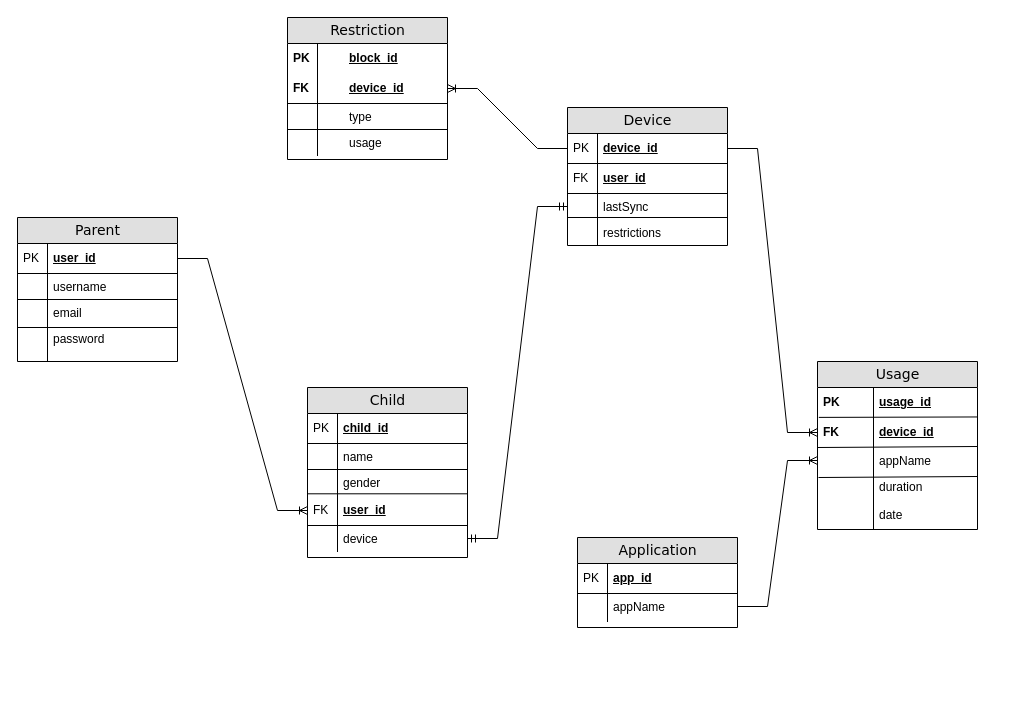
Earlier version of the draw.io diagram Untitled Diagram.drawio (Inco9nit0/Parental-Lock-System-Project-FYP-). Source tidied: cells renumbered, new cells numbered last; positions are measured from the earlier drawing's top-left corner, leaving out a move shared by most shapes. Both pictures are drawn from the tidied source at 100%, with x=0, y=0 at pixel (17, 17).
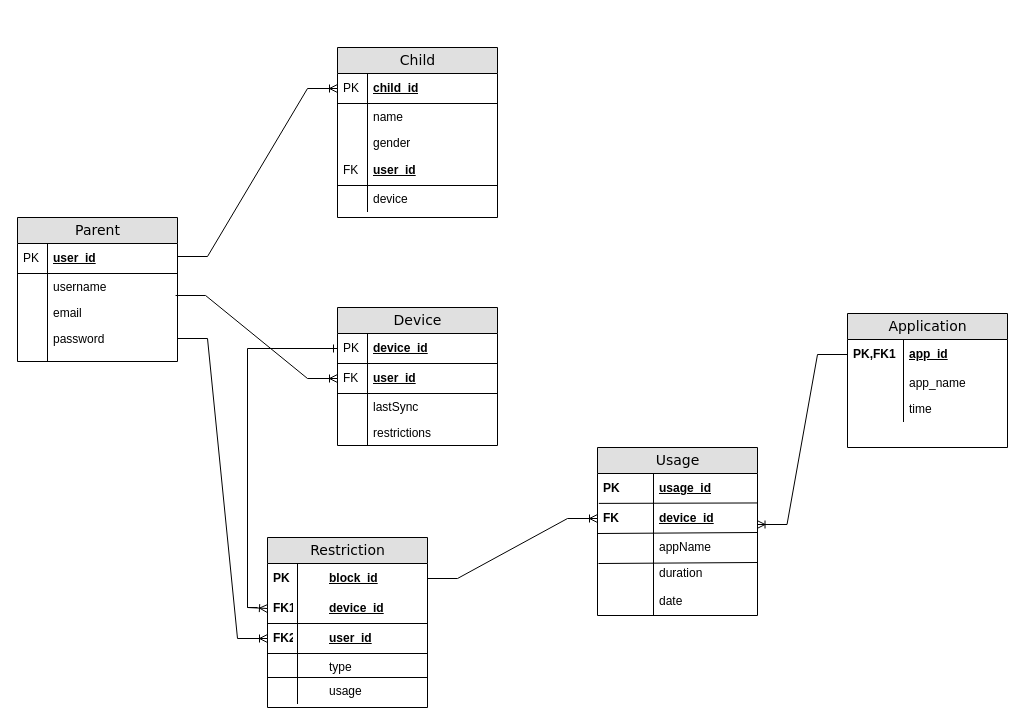
After the change.

Unchanged cells that the change refers to:
```xml
<mxCell id="3" value="device_id" style="shape=partialRectangle;top=0;left=0;right=0;bottom=1;html=1;align=left;verticalAlign=middle;fillColor=none;spacingLeft=34;spacingRight=4;whiteSpace=wrap;overflow=hidden;points=[[0,0.5],[1,0.5]];portConstraint=eastwest;fontStyle=5;" parent="2" vertex="1">
  <mxGeometry y="26" width="160" height="30" as="geometry" />
</mxCell>
<mxCell id="5" value="user_id" style="shape=partialRectangle;top=0;left=0;right=0;bottom=1;html=1;align=left;verticalAlign=middle;fillColor=none;spacingLeft=34;spacingRight=4;whiteSpace=wrap;overflow=hidden;points=[[0,0.5],[1,0.5]];portConstraint=eastwest;fontStyle=5;" parent="2" vertex="1">
  <mxGeometry y="56" width="160" height="30" as="geometry" />
</mxCell>
<mxCell id="7" value="lastSync" style="shape=partialRectangle;top=0;left=0;right=0;bottom=0;html=1;align=left;verticalAlign=top;fillColor=none;spacingLeft=34;spacingRight=4;whiteSpace=wrap;overflow=hidden;points=[[0,0.5],[1,0.5]];portConstraint=eastwest;" parent="2" vertex="1">
  <mxGeometry y="86" width="160" height="26" as="geometry" />
</mxCell>
<mxCell id="13" value="block_id" style="shape=partialRectangle;top=0;left=0;right=0;bottom=0;html=1;align=left;verticalAlign=middle;fillColor=none;spacingLeft=60;spacingRight=4;whiteSpace=wrap;overflow=hidden;points=[[0,0.5],[1,0.5]];portConstraint=eastwest;fontStyle=5;" parent="12" vertex="1">
  <mxGeometry y="26" width="160" height="30" as="geometry" />
</mxCell>
<mxCell id="33" value="device_id" style="shape=partialRectangle;top=0;left=0;right=0;bottom=0;html=1;align=left;verticalAlign=middle;fillColor=none;spacingLeft=60;spacingRight=4;whiteSpace=wrap;overflow=hidden;points=[[0,0.5],[1,0.5]];portConstraint=eastwest;fontStyle=5;" parent="29" vertex="1">
  <mxGeometry y="56" width="160" height="30" as="geometry" />
</mxCell>
<mxCell id="36" value="appName" style="shape=partialRectangle;top=0;left=0;right=0;bottom=0;html=1;align=left;verticalAlign=top;fillColor=none;spacingLeft=60;spacingRight=4;whiteSpace=wrap;overflow=hidden;points=[[0,0.5],[1,0.5]];portConstraint=eastwest;" parent="29" vertex="1">
  <mxGeometry y="86" width="160" height="26" as="geometry" />
</mxCell>
<mxCell id="43" value="Parent" style="swimlane;html=1;fontStyle=0;horizontal=1;startSize=26;fillColor=#e0e0e0;swimlaneFillColor=#ffffff;align=center;rounded=0;shadow=0;comic=0;labelBackgroundColor=none;strokeWidth=1;fontFamily=Verdana;fontSize=14;" parent="1" vertex="1">
  <mxGeometry y="200" width="160" height="144" as="geometry" />
</mxCell>
<mxCell id="44" value="user_id" style="shape=partialRectangle;top=0;left=0;right=0;bottom=1;html=1;align=left;verticalAlign=middle;fillColor=none;spacingLeft=34;spacingRight=4;whiteSpace=wrap;overflow=hidden;points=[[0,0.5],[1,0.5]];portConstraint=eastwest;fontStyle=5;" parent="43" vertex="1">
  <mxGeometry y="26" width="160" height="30" as="geometry" />
</mxCell>
<mxCell id="49" value="email" style="shape=partialRectangle;top=0;left=0;right=0;bottom=0;html=1;align=left;verticalAlign=top;fillColor=none;spacingLeft=34;spacingRight=4;whiteSpace=wrap;overflow=hidden;points=[[0,0.5],[1,0.5]];portConstraint=eastwest;" parent="43" vertex="1">
  <mxGeometry y="82" width="160" height="26" as="geometry" />
</mxCell>
<mxCell id="52" value="password" style="shape=partialRectangle;top=0;left=0;right=0;bottom=0;html=1;align=left;verticalAlign=top;fillColor=none;spacingLeft=34;spacingRight=4;whiteSpace=wrap;overflow=hidden;points=[[0,0.5],[1,0.5]];portConstraint=eastwest;" parent="43" vertex="1">
  <mxGeometry y="108" width="160" height="26" as="geometry" />
</mxCell>
<mxCell id="65" value="user_id" style="shape=partialRectangle;top=0;left=0;right=0;bottom=1;html=1;align=left;verticalAlign=middle;fillColor=none;spacingLeft=34;spacingRight=4;whiteSpace=wrap;overflow=hidden;points=[[0,0.5],[1,0.5]];portConstraint=eastwest;fontStyle=5;" parent="56" vertex="1">
  <mxGeometry y="108" width="160" height="30" as="geometry" />
</mxCell>
<mxCell id="67" value="device" style="shape=partialRectangle;top=0;left=0;right=0;bottom=0;html=1;align=left;verticalAlign=top;fillColor=none;spacingLeft=34;spacingRight=4;whiteSpace=wrap;overflow=hidden;points=[[0,0.5],[1,0.5]];portConstraint=eastwest;" parent="56" vertex="1">
  <mxGeometry y="138" width="160" height="26" as="geometry" />
</mxCell>
```

The edit, as a diff of the source:
```diff
@@
     <mxCell id="2" value="Device" style="swimlane;html=1;fontStyle=0;horizontal=1;startSize=26;fillColor=#e0e0e0;swimlaneFillColor=#ffffff;align=center;rounded=0;shadow=0;comic=0;labelBackgroundColor=none;strokeWidth=1;fontFamily=Verdana;fontSize=14;swimlaneLine=1;" parent="1" vertex="1">
-      <mxGeometry x="550" y="90" width="160" height="138" as="geometry" />
+      <mxGeometry x="320" y="290" width="160" height="138" as="geometry" />
     </mxCell>
@@
-    <mxCell id="9" style="endArrow=none;html=1;rounded=0;" parent="2" edge="1">
-      <mxGeometry relative="1" as="geometry">
-        <mxPoint y="110" as="sourcePoint" />
-        <mxPoint x="160" y="110" as="targetPoint" />
-      </mxGeometry>
-    </mxCell>
@@
     <mxCell id="12" value="Restriction" style="swimlane;html=1;fontStyle=0;horizontal=1;startSize=26;fillColor=#e0e0e0;swimlaneFillColor=#ffffff;align=center;rounded=0;shadow=0;comic=0;labelBackgroundColor=none;strokeWidth=1;fontFamily=Verdana;fontSize=14;" parent="1" vertex="1">
-      <mxGeometry x="270" width="160" height="142" as="geometry" />
+      <mxGeometry x="250" y="520" width="160" height="170" as="geometry" />
     </mxCell>
@@
+    <mxCell id="74" value="device_id" style="shape=partialRectangle;top=0;left=0;right=0;bottom=1;html=1;align=left;verticalAlign=middle;fillColor=none;spacingLeft=60;spacingRight=4;whiteSpace=wrap;overflow=hidden;points=[[0,0.5],[1,0.5]];portConstraint=eastwest;fontStyle=5;" parent="12" vertex="1">
+      <mxGeometry y="56" width="160" height="30" as="geometry" />
+    </mxCell>
+    <mxCell id="75" value="FK1" style="shape=partialRectangle;fontStyle=1;top=0;left=0;bottom=0;html=1;fillColor=none;align=left;verticalAlign=middle;spacingLeft=4;spacingRight=4;whiteSpace=wrap;overflow=hidden;" parent="74" vertex="1">
+      <mxGeometry width="30" height="30" as="geometry" />
+    </mxCell>
-    <mxCell id="15" value="device_id" style="shape=partialRectangle;top=0;left=0;right=0;bottom=1;html=1;align=left;verticalAlign=middle;fillColor=none;spacingLeft=60;spacingRight=4;whiteSpace=wrap;overflow=hidden;points=[[0,0.5],[1,0.5]];portConstraint=eastwest;fontStyle=5;" parent="12" vertex="1">
-      <mxGeometry y="56" width="160" height="30" as="geometry" />
+    <mxCell id="15" value="user_id" style="shape=partialRectangle;top=0;left=0;right=0;bottom=1;html=1;align=left;verticalAlign=middle;fillColor=none;spacingLeft=60;spacingRight=4;whiteSpace=wrap;overflow=hidden;points=[[0,0.5],[1,0.5]];portConstraint=eastwest;fontStyle=5;" parent="12" vertex="1">
+      <mxGeometry y="86" width="160" height="30" as="geometry" />
     </mxCell>
-    <mxCell id="16" value="FK" style="shape=partialRectangle;fontStyle=1;top=0;left=0;bottom=0;html=1;fillColor=none;align=left;verticalAlign=middle;spacingLeft=4;spacingRight=4;whiteSpace=wrap;overflow=hidden;" parent="15" vertex="1">
+    <mxCell id="16" value="FK2" style="shape=partialRectangle;fontStyle=1;top=0;left=0;bottom=0;html=1;fillColor=none;align=left;verticalAlign=middle;spacingLeft=4;spacingRight=4;whiteSpace=wrap;overflow=hidden;" parent="15" vertex="1">
       <mxGeometry width="30" height="30" as="geometry" />
     </mxCell>
     <mxCell id="17" value="type" style="shape=partialRectangle;top=0;left=0;right=0;bottom=0;html=1;align=left;verticalAlign=top;fillColor=none;spacingLeft=60;spacingRight=4;whiteSpace=wrap;overflow=hidden;" parent="12" vertex="1">
-      <mxGeometry y="86" width="160" height="26" as="geometry" />
+      <mxGeometry y="116" width="160" height="24" as="geometry" />
     </mxCell>
     <mxCell id="18" style="shape=partialRectangle;top=0;left=0;bottom=0;html=1;fillColor=none;align=left;verticalAlign=top;spacingLeft=4;spacingRight=4;whiteSpace=wrap;overflow=hidden;" parent="17" vertex="1">
-      <mxGeometry width="30" height="26" as="geometry" />
+      <mxGeometry width="30" height="24" as="geometry" />
     </mxCell>
     <mxCell id="19" style="endArrow=none;html=1;rounded=0;" parent="12" edge="1">
       <mxGeometry relative="1" as="geometry">
-        <mxPoint y="112" as="sourcePoint" />
-        <mxPoint x="160" y="112" as="targetPoint" />
+        <mxPoint y="140" as="sourcePoint" />
+        <mxPoint x="160" y="140" as="targetPoint" />
       </mxGeometry>
     </mxCell>
     <mxCell id="20" value="usage" style="shape=partialRectangle;top=0;left=0;right=0;bottom=0;html=1;align=left;verticalAlign=top;fillColor=none;spacingLeft=60;spacingRight=4;whiteSpace=wrap;overflow=hidden;" parent="12" vertex="1">
-      <mxGeometry y="112" width="160" height="26" as="geometry" />
+      <mxGeometry y="140" width="160" height="26" as="geometry" />
     </mxCell>
@@
-    <mxCell id="22" value="Application" style="swimlane;html=1;fontStyle=0;horizontal=1;startSize=26;fillColor=#e0e0e0;swimlaneFillColor=#ffffff;align=center;rounded=0;shadow=0;comic=0;labelBackgroundColor=none;strokeWidth=1;fontFamily=Verdana;fontSize=14;" parent="1" vertex="1">
-      <mxGeometry x="560" y="520" width="160" height="90" as="geometry" />
-    </mxCell>
-    <mxCell id="23" value="app_id" style="shape=partialRectangle;top=0;left=0;right=0;bottom=1;html=1;align=left;verticalAlign=middle;fillColor=none;spacingLeft=34;spacingRight=4;whiteSpace=wrap;overflow=hidden;points=[[0,0.5],[1,0.5]];portConstraint=eastwest;fontStyle=5;" parent="22" vertex="1">
-      <mxGeometry y="26" width="160" height="30" as="geometry" />
-    </mxCell>
-    <mxCell id="24" value="PK" style="shape=partialRectangle;top=0;left=0;bottom=0;html=1;fillColor=none;align=left;verticalAlign=middle;spacingLeft=4;spacingRight=4;whiteSpace=wrap;overflow=hidden;" parent="23" vertex="1">
-      <mxGeometry width="30" height="30" as="geometry" />
-    </mxCell>
-    <mxCell id="25" value="appName" style="shape=partialRectangle;top=0;left=0;right=0;bottom=0;html=1;align=left;verticalAlign=top;fillColor=none;spacingLeft=34;spacingRight=4;whiteSpace=wrap;overflow=hidden;points=[[0,0.5],[1,0.5]];portConstraint=eastwest;" parent="22" vertex="1">
-      <mxGeometry y="56" width="160" height="26" as="geometry" />
-    </mxCell>
-    <mxCell id="26" style="shape=partialRectangle;top=0;left=0;bottom=0;html=1;fillColor=none;align=left;verticalAlign=top;spacingLeft=4;spacingRight=4;whiteSpace=wrap;overflow=hidden;" parent="25" vertex="1">
-      <mxGeometry width="30" height="26" as="geometry" />
-    </mxCell>
-    <mxCell id="27" style="shape=partialRectangle;top=0;left=0;right=0;bottom=0;html=1;align=left;verticalAlign=top;fillColor=none;spacingLeft=34;spacingRight=4;whiteSpace=wrap;overflow=hidden;" parent="22" vertex="1">
-      <mxGeometry y="82" width="160" height="2" as="geometry" />
-    </mxCell>
-    <mxCell id="28" style="shape=partialRectangle;top=0;left=0;bottom=0;html=1;fillColor=none;align=left;verticalAlign=top;spacingLeft=4;spacingRight=4;whiteSpace=wrap;overflow=hidden;" parent="27" vertex="1">
-      <mxGeometry width="30" height="2" as="geometry" />
-    </mxCell>
     <mxCell id="29" value="Usage" style="swimlane;html=1;fontStyle=0;horizontal=1;startSize=26;fillColor=#e0e0e0;swimlaneFillColor=#ffffff;align=center;rounded=0;shadow=0;comic=0;labelBackgroundColor=none;strokeWidth=1;fontFamily=Verdana;fontSize=14;" parent="1" vertex="1">
-      <mxGeometry x="800" y="344" width="160" height="168" as="geometry" />
+      <mxGeometry x="580" y="430" width="160" height="168" as="geometry" />
     </mxCell>
@@
-    <mxCell id="48" style="endArrow=none;html=1;rounded=0;" parent="43" edge="1">
-      <mxGeometry relative="1" as="geometry">
-        <mxPoint y="82" as="sourcePoint" />
-        <mxPoint x="160" y="82" as="targetPoint" />
-      </mxGeometry>
-    </mxCell>
@@
-    <mxCell id="51" style="endArrow=none;html=1;rounded=0;" parent="43" edge="1">
-      <mxGeometry relative="1" as="geometry">
-        <mxPoint y="110" as="sourcePoint" />
-        <mxPoint x="160" y="110" as="targetPoint" />
-      </mxGeometry>
-    </mxCell>
@@
+    <mxCell id="22" value="Application" style="swimlane;html=1;fontStyle=0;horizontal=1;startSize=26;fillColor=#e0e0e0;swimlaneFillColor=#ffffff;align=center;rounded=0;shadow=0;comic=0;labelBackgroundColor=none;strokeWidth=1;fontFamily=Verdana;fontSize=14;" parent="1" vertex="1">
+      <mxGeometry x="830" y="296" width="160" height="134" as="geometry" />
+    </mxCell>
+    <mxCell id="23" value="app_id" style="shape=partialRectangle;top=0;left=0;right=0;bottom=0;html=1;align=left;verticalAlign=middle;fillColor=none;spacingLeft=60;spacingRight=4;whiteSpace=wrap;overflow=hidden;points=[[0,0.5],[1,0.5]];portConstraint=eastwest;fontStyle=5;" parent="22" vertex="1">
+      <mxGeometry y="26" width="160" height="30" as="geometry" />
+    </mxCell>
+    <mxCell id="76" value="PK,FK1" style="shape=partialRectangle;fontStyle=1;top=0;left=0;bottom=0;html=1;fillColor=none;align=left;verticalAlign=middle;spacingLeft=4;spacingRight=4;whiteSpace=wrap;overflow=hidden;" parent="23" vertex="1">
+      <mxGeometry width="56" height="30" as="geometry" />
+    </mxCell>
+    <mxCell id="77" value="app_name" style="shape=partialRectangle;top=0;left=0;right=0;bottom=0;html=1;align=left;verticalAlign=top;fillColor=none;spacingLeft=60;spacingRight=4;whiteSpace=wrap;overflow=hidden;" parent="22" vertex="1">
+      <mxGeometry y="56" width="160" height="26" as="geometry" />
+    </mxCell>
+    <mxCell id="78" style="shape=partialRectangle;top=0;left=0;bottom=0;html=1;fillColor=none;align=left;verticalAlign=top;spacingLeft=4;spacingRight=4;whiteSpace=wrap;overflow=hidden;" parent="77" vertex="1">
+      <mxGeometry width="56" height="26" as="geometry" />
+    </mxCell>
+    <mxCell id="79" value="time" style="shape=partialRectangle;top=0;left=0;right=0;bottom=0;html=1;align=left;verticalAlign=top;fillColor=none;spacingLeft=60;spacingRight=4;whiteSpace=wrap;overflow=hidden;" parent="22" vertex="1">
+      <mxGeometry y="82" width="160" height="26" as="geometry" />
+    </mxCell>
+    <mxCell id="80" style="shape=partialRectangle;top=0;left=0;bottom=0;html=1;fillColor=none;align=left;verticalAlign=top;spacingLeft=4;spacingRight=4;whiteSpace=wrap;overflow=hidden;" parent="79" vertex="1">
+      <mxGeometry width="56" height="26" as="geometry" />
+    </mxCell>
+    <mxCell id="81" style="fontSize=12;html=1;endArrow=ERoneToMany;rounded=0;entryX=0;entryY=0.5;entryDx=0;entryDy=0;" parent="1" edge="1" target="74">
+      <mxGeometry relative="1" as="geometry">
+        <mxPoint x="230" y="590" as="sourcePoint" />
+      </mxGeometry>
+    </mxCell>
+    <mxCell id="82" style="edgeStyle=entityRelationEdgeStyle;fontSize=12;html=1;endArrow=ERoneToMany;rounded=0;entryX=0;entryY=0.5;entryDx=0;entryDy=0;exitX=0.988;exitY=-0.154;exitDx=0;exitDy=0;exitPerimeter=0;" parent="1" edge="1" source="49" target="5">
+      <mxGeometry relative="1" as="geometry">
+        <Array as="points">
+          <mxPoint x="170" y="290" />
+        </Array>
+      </mxGeometry>
+    </mxCell>
+    <mxCell id="83" style="edgeStyle=entityRelationEdgeStyle;fontSize=12;html=1;endArrow=ERoneToMany;rounded=0;entryX=0;entryY=0.5;entryDx=0;entryDy=0;" parent="1" edge="1">
+      <mxGeometry relative="1" as="geometry">
+        <mxPoint x="160" y="239" as="sourcePoint" />
+        <mxPoint x="320" y="71" as="targetPoint" />
+      </mxGeometry>
+    </mxCell>
+    <mxCell id="84" style="edgeStyle=entityRelationEdgeStyle;fontSize=12;html=1;endArrow=ERoneToMany;rounded=0;entryX=0;entryY=0.5;entryDx=0;entryDy=0;exitX=1;exitY=0.5;exitDx=0;exitDy=0;" parent="1" edge="1" source="13" target="33">
+      <mxGeometry relative="1" as="geometry">
+        <Array as="points">
+          <mxPoint x="500" y="90" />
+        </Array>
+      </mxGeometry>
+    </mxCell>
+    <mxCell id="85" style="edgeStyle=entityRelationEdgeStyle;fontSize=12;html=1;endArrow=ERoneToMany;rounded=0;exitX=0;exitY=0.5;exitDx=0;exitDy=0;entryX=0.997;entryY=-0.346;entryDx=0;entryDy=0;entryPerimeter=0;" parent="1" edge="1" source="23" target="36">
+      <mxGeometry relative="1" as="geometry">
+        <Array as="points">
+          <mxPoint x="880" y="270" />
+          <mxPoint x="820" y="400" />
+          <mxPoint x="720" y="400" />
+        </Array>
+      </mxGeometry>
+    </mxCell>
     <mxCell id="56" value="Child" style="swimlane;html=1;fontStyle=0;horizontal=1;startSize=26;fillColor=#e0e0e0;swimlaneFillColor=#ffffff;align=center;rounded=0;shadow=0;comic=0;labelBackgroundColor=none;strokeWidth=1;fontFamily=Verdana;fontSize=14;" parent="1" vertex="1">
-      <mxGeometry x="290" y="370" width="160" height="170" as="geometry" />
+      <mxGeometry x="320" y="30" width="160" height="170" as="geometry" />
     </mxCell>
@@
-    <mxCell id="61" style="endArrow=none;html=1;rounded=0;" parent="56" edge="1">
-      <mxGeometry relative="1" as="geometry">
-        <mxPoint y="82" as="sourcePoint" />
-        <mxPoint x="160" y="82" as="targetPoint" />
-      </mxGeometry>
-    </mxCell>
@@
-    <mxCell id="64" style="endArrow=none;html=1;rounded=0;" parent="56" edge="1">
-      <mxGeometry relative="1" as="geometry">
-        <mxPoint y="106.3" as="sourcePoint" />
-        <mxPoint x="160" y="106.3" as="targetPoint" />
-      </mxGeometry>
-    </mxCell>
@@
-    <mxCell id="69" style="edgeStyle=entityRelationEdgeStyle;fontSize=12;html=1;endArrow=ERoneToMany;rounded=0;exitX=1;exitY=0.5;exitDx=0;exitDy=0;entryX=0;entryY=0.5;entryDx=0;entryDy=0;" parent="1" edge="1" source="44" target="65">
-      <mxGeometry relative="1" as="geometry">
-        <Array as="points">
-          <mxPoint x="160" y="250" />
-        </Array>
-      </mxGeometry>
-    </mxCell>
-    <mxCell id="70" style="edgeStyle=entityRelationEdgeStyle;fontSize=12;html=1;endArrow=ERmandOne;startArrow=ERmandOne;rounded=0;entryX=1;entryY=0.5;entryDx=0;entryDy=0;exitX=0;exitY=0.5;exitDx=0;exitDy=0;" parent="1" edge="1" source="7" target="67">
-      <mxGeometry relative="1" as="geometry" />
-    </mxCell>
-    <mxCell id="71" style="edgeStyle=entityRelationEdgeStyle;fontSize=12;html=1;endArrow=ERoneToMany;rounded=0;entryX=1;entryY=0.5;entryDx=0;entryDy=0;exitX=0;exitY=0.5;exitDx=0;exitDy=0;" parent="1" edge="1" source="3" target="15">
-      <mxGeometry relative="1" as="geometry">
-        <Array as="points">
-          <mxPoint x="450" y="240" />
-          <mxPoint x="360" y="170" />
-        </Array>
-      </mxGeometry>
-    </mxCell>
-    <mxCell id="72" style="edgeStyle=entityRelationEdgeStyle;fontSize=12;html=1;endArrow=ERoneToMany;rounded=0;exitX=1;exitY=0.5;exitDx=0;exitDy=0;entryX=0;entryY=0.5;entryDx=0;entryDy=0;" parent="1" edge="1" source="3" target="33">
-      <mxGeometry relative="1" as="geometry" />
-    </mxCell>
-    <mxCell id="73" style="edgeStyle=entityRelationEdgeStyle;fontSize=12;html=1;endArrow=ERoneToMany;rounded=0;exitX=1;exitY=0.5;exitDx=0;exitDy=0;" parent="1" edge="1" source="25" target="36">
-      <mxGeometry relative="1" as="geometry" />
-    </mxCell>
+    <mxCell id="86" style="edgeStyle=entityRelationEdgeStyle;fontSize=12;html=1;endArrow=ERoneToMany;rounded=0;entryX=0;entryY=0.5;entryDx=0;entryDy=0;exitX=1;exitY=0.5;exitDx=0;exitDy=0;" parent="1" edge="1" source="52" target="15">
+      <mxGeometry relative="1" as="geometry">
+        <Array as="points">
+          <mxPoint x="180" y="300" />
+        </Array>
+      </mxGeometry>
+    </mxCell>
+    <mxCell id="87" style="edgeStyle=orthogonalEdgeStyle;fontSize=12;html=1;endArrow=ERone;endFill=1;rounded=0;entryX=0;entryY=0.5;entryDx=0;entryDy=0;" parent="1" edge="1" target="3">
+      <mxGeometry relative="1" as="geometry">
+        <mxPoint x="240" y="590" as="sourcePoint" />
+        <Array as="points">
+          <mxPoint x="230" y="590" />
+          <mxPoint x="230" y="331" />
+        </Array>
+      </mxGeometry>
+    </mxCell>
```
